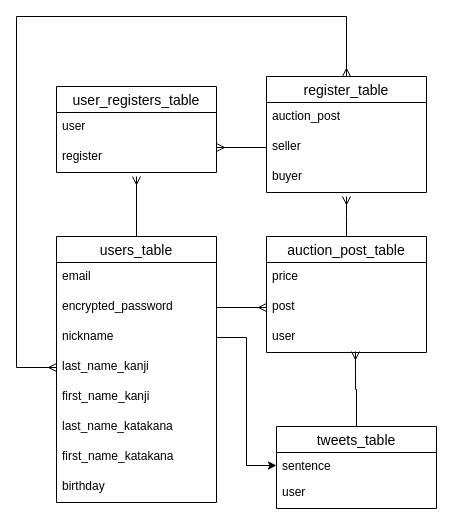
Before: ER.dio in marchuta/tweetication, a draw.io diagram. Source tidied: cells renumbered, new cells numbered last; positions are measured from the earlier drawing's top-left corner, leaving out a move shared by most shapes. Both pictures are drawn from the tidied source at 100%, with x=0, y=0 at pixel (16, 16).
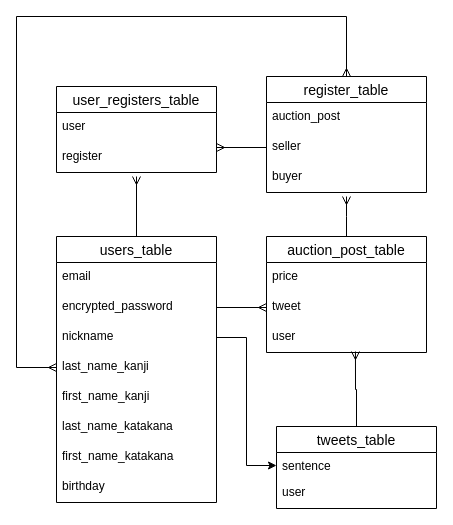
After the change.

The change refers to these unchanged cells:
```xml
<mxCell id="23" value="auction_post_table" style="swimlane;fontStyle=0;horizontal=1;startSize=26;align=center;fontSize=14;" parent="1" vertex="1">
  <mxGeometry x="250" y="220" width="160" height="116" as="geometry" />
</mxCell>
```

Diff of the diagram source:
```diff
@@
-    <mxCell id="25" value="post&#10;" style="text;strokeColor=none;fillColor=none;spacingLeft=4;spacingRight=4;overflow=hidden;points=[[0,0.5],[1,0.5]];portConstraint=eastwest;fontSize=12;" parent="23" vertex="1">
+    <mxCell id="25" value="tweet" style="text;strokeColor=none;fillColor=none;spacingLeft=4;spacingRight=4;overflow=hidden;points=[[0,0.5],[1,0.5]];portConstraint=eastwest;fontSize=12;" parent="23" vertex="1">
       <mxGeometry y="56" width="160" height="30" as="geometry" />
     </mxCell>
```
